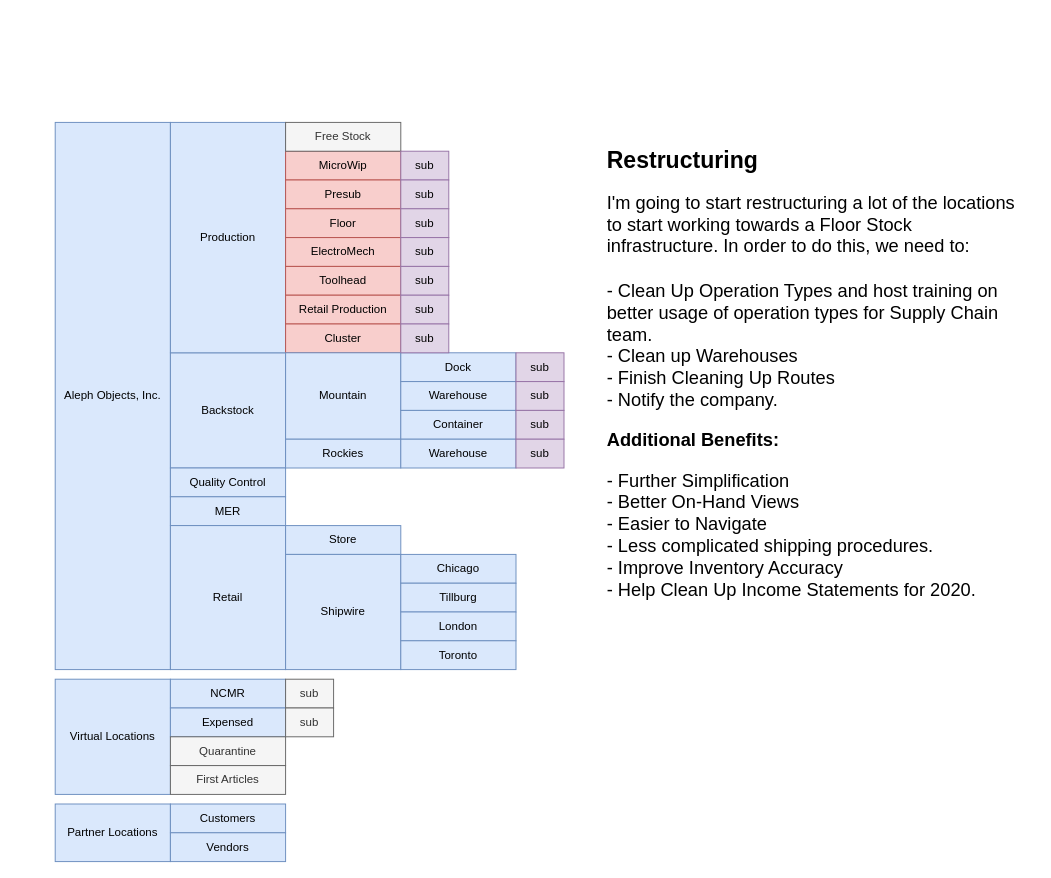
The draw.io diagram Location Restructuring.drawio in Kazkade/Flowcharts, before the edit. Source tidied: cells renumbered, new cells numbered last; positions are measured from the earlier drawing's top-left corner, leaving out a move shared by most shapes. Both pictures are drawn from the tidied source at 96%, with x=0, y=0 at pixel (55, 122).
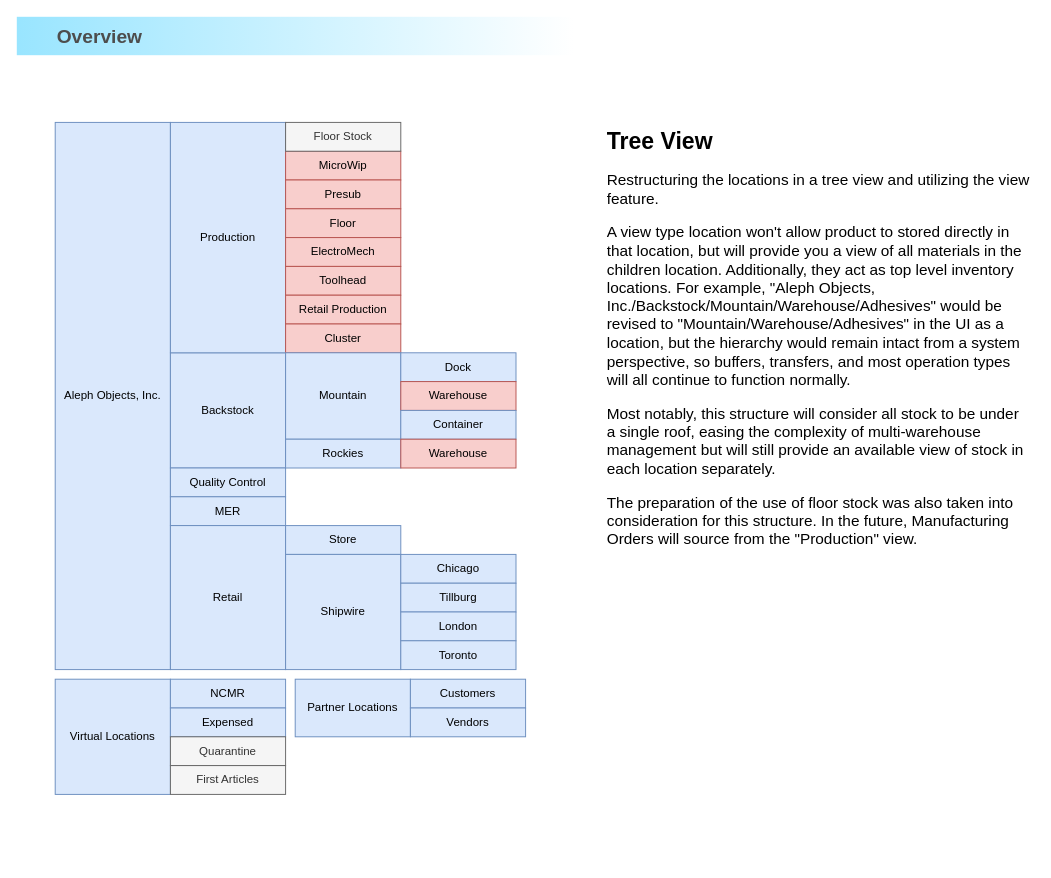
The same diagram, later.

What changed in the source:
```diff
@@
-    <mxCell id="17" value="Warehouse" style="rounded=0;whiteSpace=wrap;html=1;fillColor=#dae8fc;strokeColor=#6c8ebf;" parent="1" vertex="1">
+    <mxCell id="17" value="Warehouse" style="rounded=0;whiteSpace=wrap;html=1;fillColor=#f8cecc;strokeColor=#b85450;" parent="1" vertex="1">
       <mxGeometry x="360" y="270" width="120" height="30" as="geometry" />
     </mxCell>
@@
-    <mxCell id="19" value="Warehouse" style="rounded=0;whiteSpace=wrap;html=1;fillColor=#dae8fc;strokeColor=#6c8ebf;" parent="1" vertex="1">
+    <mxCell id="19" value="Warehouse" style="rounded=0;whiteSpace=wrap;html=1;fillColor=#f8cecc;strokeColor=#b85450;" parent="1" vertex="1">
       <mxGeometry x="360" y="330" width="120" height="30" as="geometry" />
     </mxCell>
@@
-    <mxCell id="24" value="Free Stock" style="rounded=0;whiteSpace=wrap;html=1;fillColor=#f5f5f5;strokeColor=#666666;fontColor=#333333;" parent="1" vertex="1">
+    <mxCell id="24" value="Floor Stock" style="rounded=0;whiteSpace=wrap;html=1;fillColor=#f5f5f5;strokeColor=#666666;fontColor=#333333;" parent="1" vertex="1">
       <mxGeometry x="240" width="120" height="30" as="geometry" />
     </mxCell>
-    <mxCell id="25" value="&lt;h1&gt;Restructuring&lt;/h1&gt;&lt;p style=&quot;font-size: 19px&quot;&gt;&lt;font style=&quot;font-size: 19px&quot;&gt;I'm going to start restructuring a lot of the locations to start working towards a Floor Stock&amp;nbsp; infrastructure. In order to do this, we need to:&lt;br&gt;&lt;br&gt;- Clean Up Operation Types and host training on better usage of operation types for Supply Chain team.&amp;nbsp;&lt;br&gt;- Clean up Warehouses&lt;br&gt;- Finish Cleaning Up Routes&lt;br&gt;- Notify the company.&lt;/font&gt;&lt;/p&gt;&lt;p style=&quot;font-size: 19px&quot;&gt;&lt;b&gt;&lt;font style=&quot;font-size: 19px&quot;&gt;Additional Benefits:&lt;/font&gt;&lt;/b&gt;&lt;/p&gt;&lt;p style=&quot;font-size: 19px&quot;&gt;&lt;font style=&quot;font-size: 19px&quot;&gt;- Further Simplification&lt;br&gt;- Better On-Hand Views&lt;br&gt;- Easier to Navigate&lt;br&gt;- Less complicated shipping procedures.&lt;br&gt;- Improve Inventory Accuracy&lt;br&gt;- Help Clean Up Income Statements for 2020.&lt;/font&gt;&lt;br&gt;&lt;/p&gt;" style="text;html=1;strokeColor=none;fillColor=none;spacing=5;spacingTop=-20;whiteSpace=wrap;overflow=hidden;rounded=0;" parent="1" vertex="1">
-      <mxGeometry x="570" y="20" width="450" height="600" as="geometry" />
+    <mxCell id="25" value="&lt;h1&gt;Tree View&lt;/h1&gt;&lt;p style=&quot;font-size: 16px&quot;&gt;&lt;font style=&quot;font-size: 16px&quot;&gt;Restructuring the locations in a tree view and utilizing the view feature.&lt;/font&gt;&lt;/p&gt;&lt;p style=&quot;font-size: 16px&quot;&gt;&lt;font style=&quot;font-size: 16px&quot;&gt;A view type location won't allow product to stored directly in that location, but will provide you a view of all materials in the children location. Additionally, they act as top level inventory locations. For example, &quot;Aleph Objects, Inc./Backstock/Mountain/Warehouse/Adhesives&quot; would be revised to &quot;Mountain/Warehouse/Adhesives&quot; in the UI as a location, but the hierarchy would remain intact from a system perspective, so buffers, transfers, and most operation types will all continue to function normally.&lt;/font&gt;&lt;/p&gt;&lt;p style=&quot;font-size: 16px&quot;&gt;Most notably, this structure will consider all stock to be under a single roof, easing the complexity of multi-warehouse management but will still provide an available view of stock in each location separately.&lt;/p&gt;&lt;p style=&quot;font-size: 16px&quot;&gt;The preparation of the use of floor stock was also taken into consideration for this structure. In the future, Manufacturing Orders will source from the &quot;Production&quot; view.&lt;/p&gt;" style="text;html=1;strokeColor=none;fillColor=none;spacing=5;spacingTop=-20;whiteSpace=wrap;overflow=hidden;rounded=0;" parent="1" vertex="1">
+      <mxGeometry x="570" width="450" height="600" as="geometry" />
     </mxCell>
@@
     <mxCell id="34" value="Partner Locations" style="rounded=0;whiteSpace=wrap;html=1;fillColor=#dae8fc;strokeColor=#6c8ebf;" parent="1" vertex="1">
-      <mxGeometry y="710" width="120" height="60" as="geometry" />
+      <mxGeometry x="250" y="580" width="120" height="60" as="geometry" />
     </mxCell>
     <mxCell id="35" value="Customers" style="rounded=0;whiteSpace=wrap;html=1;fillColor=#dae8fc;strokeColor=#6c8ebf;" parent="1" vertex="1">
-      <mxGeometry x="120" y="710" width="120" height="30" as="geometry" />
+      <mxGeometry x="370" y="580" width="120" height="30" as="geometry" />
     </mxCell>
     <mxCell id="36" value="Vendors" style="rounded=0;whiteSpace=wrap;html=1;fillColor=#dae8fc;strokeColor=#6c8ebf;" parent="1" vertex="1">
-      <mxGeometry x="120" y="740" width="120" height="30" as="geometry" />
+      <mxGeometry x="370" y="610" width="120" height="30" as="geometry" />
     </mxCell>
-    <mxCell id="37" value="sub" style="rounded=0;whiteSpace=wrap;html=1;fillColor=#e1d5e7;strokeColor=#9673a6;" parent="1" vertex="1">
-      <mxGeometry x="360" y="30" width="50" height="30" as="geometry" />
-    </mxCell>
-    <mxCell id="38" value="sub" style="rounded=0;whiteSpace=wrap;html=1;fillColor=#e1d5e7;strokeColor=#9673a6;" parent="1" vertex="1">
-      <mxGeometry x="360" y="60" width="50" height="30" as="geometry" />
-    </mxCell>
-    <mxCell id="39" value="sub" style="rounded=0;whiteSpace=wrap;html=1;fillColor=#e1d5e7;strokeColor=#9673a6;" parent="1" vertex="1">
-      <mxGeometry x="360" y="90" width="50" height="30" as="geometry" />
-    </mxCell>
-    <mxCell id="40" value="sub" style="rounded=0;whiteSpace=wrap;html=1;fillColor=#e1d5e7;strokeColor=#9673a6;" parent="1" vertex="1">
-      <mxGeometry x="360" y="120" width="50" height="30" as="geometry" />
-    </mxCell>
-    <mxCell id="41" value="sub" style="rounded=0;whiteSpace=wrap;html=1;fillColor=#e1d5e7;strokeColor=#9673a6;" parent="1" vertex="1">
-      <mxGeometry x="360" y="150" width="50" height="30" as="geometry" />
-    </mxCell>
-    <mxCell id="42" value="sub" style="rounded=0;whiteSpace=wrap;html=1;fillColor=#e1d5e7;strokeColor=#9673a6;" parent="1" vertex="1">
-      <mxGeometry x="360" y="180" width="50" height="30" as="geometry" />
-    </mxCell>
-    <mxCell id="43" value="sub" style="rounded=0;whiteSpace=wrap;html=1;fillColor=#e1d5e7;strokeColor=#9673a6;" parent="1" vertex="1">
-      <mxGeometry x="360" y="210" width="50" height="30" as="geometry" />
-    </mxCell>
-    <mxCell id="44" value="sub" style="rounded=0;whiteSpace=wrap;html=1;fillColor=#e1d5e7;strokeColor=#9673a6;" parent="1" vertex="1">
-      <mxGeometry x="480" y="240" width="50" height="30" as="geometry" />
-    </mxCell>
-    <mxCell id="45" value="sub" style="rounded=0;whiteSpace=wrap;html=1;fillColor=#e1d5e7;strokeColor=#9673a6;" parent="1" vertex="1">
-      <mxGeometry x="480" y="270" width="50" height="30" as="geometry" />
-    </mxCell>
-    <mxCell id="46" value="sub" style="rounded=0;whiteSpace=wrap;html=1;fillColor=#e1d5e7;strokeColor=#9673a6;" parent="1" vertex="1">
-      <mxGeometry x="480" y="300" width="50" height="30" as="geometry" />
-    </mxCell>
-    <mxCell id="47" value="sub" style="rounded=0;whiteSpace=wrap;html=1;fillColor=#e1d5e7;strokeColor=#9673a6;" parent="1" vertex="1">
-      <mxGeometry x="480" y="330" width="50" height="30" as="geometry" />
-    </mxCell>
-    <mxCell id="48" value="sub" style="rounded=0;whiteSpace=wrap;html=1;fillColor=#f5f5f5;strokeColor=#666666;fontColor=#333333;" parent="1" vertex="1">
-      <mxGeometry x="240" y="580" width="50" height="30" as="geometry" />
-    </mxCell>
-    <mxCell id="49" value="sub" style="rounded=0;whiteSpace=wrap;html=1;fillColor=#f5f5f5;strokeColor=#666666;fontColor=#333333;" parent="1" vertex="1">
-      <mxGeometry x="240" y="610" width="50" height="30" as="geometry" />
-    </mxCell>
+    <mxCell id="50" value="&lt;blockquote style=&quot;margin: 0 0 0 40px ; border: none ; padding: 0px&quot;&gt;Overview&lt;/blockquote&gt;" style="whiteSpace=wrap;html=1;shadow=0;dashed=0;fontSize=20;align=left;fillColor=#99e5ff;strokeColor=none;fontColor=#4D4D4D;fontStyle=1;gradientColor=#ffffff;gradientDirection=east;" parent="1" vertex="1">
+      <mxGeometry x="-40" y="-110" width="580" height="40" as="geometry" />
+    </mxCell>
```
